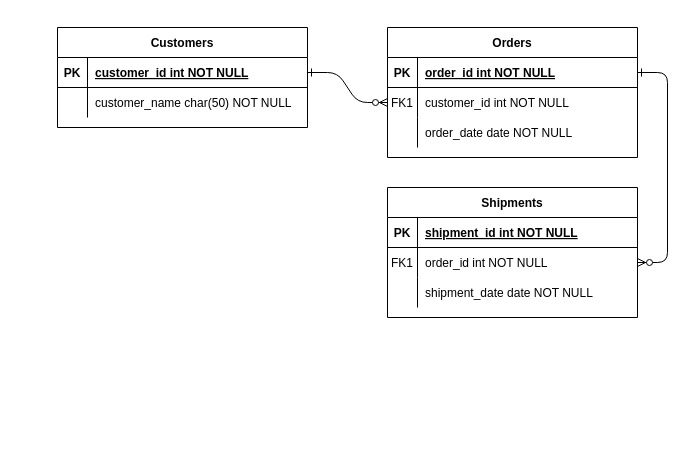
amphonr/bookstore keeps this draw.io diagram as Untitled Diagram.drawio. Above is the earlier version. Source tidied: cells renumbered, new cells numbered last; positions are measured from the earlier drawing's top-left corner, leaving out a move shared by most shapes. Both pictures are drawn from the tidied source at 100%, with x=0, y=0 at pixel (57, 27).
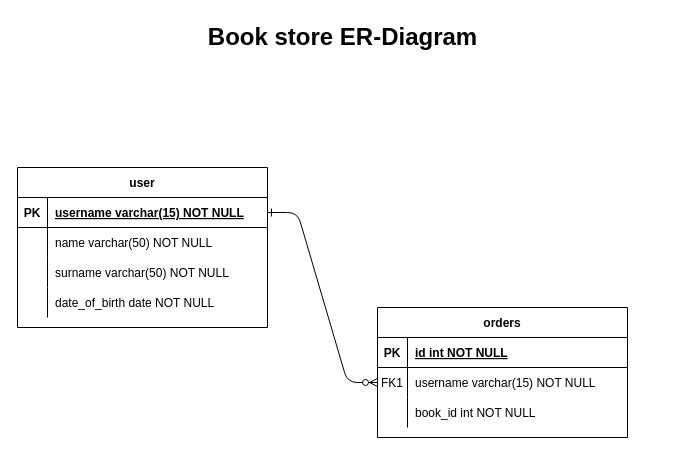
Above is the later version.

Unchanged cells that the change refers to:
```xml
<mxCell id="5" style="shape=partialRectangle;fillColor=none;points=[[0,0.5],[1,0.5]];portConstraint=eastwest;top=0;left=0;right=0;bottom=1;" parent="4" vertex="1">
  <mxGeometry y="30" width="250" height="30" as="geometry" />
</mxCell>
<mxCell id="8" style="shape=partialRectangle;fillColor=none;points=[[0,0.5],[1,0.5]];portConstraint=eastwest;top=0;left=0;right=0;bottom=0;" parent="4" vertex="1">
  <mxGeometry y="60" width="250" height="30" as="geometry" />
</mxCell>
<mxCell id="11" style="shape=partialRectangle;fillColor=none;top=0;left=0;right=0;bottom=0;" parent="4" vertex="1">
  <mxGeometry y="90" width="250" height="30" as="geometry" />
</mxCell>
<mxCell id="25" style="shape=partialRectangle;fillColor=none;points=[[0,0.5],[1,0.5]];portConstraint=eastwest;top=0;left=0;right=0;bottom=1;" parent="24" vertex="1">
  <mxGeometry y="30" width="250" height="30" as="geometry" />
</mxCell>
<mxCell id="28" style="shape=partialRectangle;fillColor=none;top=0;left=0;right=0;bottom=0;" parent="24" vertex="1">
  <mxGeometry y="60" width="250" height="30" as="geometry" />
</mxCell>
```

What changed in the source:
```diff
@@
-    <mxCell id="3" style="edgeStyle=entityRelationEdgeStyle;endArrow=ERzeroToMany;startArrow=ERone;endFill=1;startFill=0;" parent="1" edge="1" source="5" target="18">
-      <mxGeometry relative="1" as="geometry" />
-    </mxCell>
-    <mxCell id="4" value="Orders" style="shape=table;startSize=30;childLayout=tableLayout;rowLines=0;fontStyle=1;align=center;" parent="1" vertex="1">
-      <mxGeometry x="330" width="250" height="130" as="geometry" />
+    <mxCell id="4" value="orders" style="shape=table;startSize=30;childLayout=tableLayout;rowLines=0;fontStyle=1;align=center;" parent="1" vertex="1">
+      <mxGeometry x="320" y="280" width="250" height="130" as="geometry" />
     </mxCell>
@@
-    <mxCell id="7" value="order_id int NOT NULL " style="shape=partialRectangle;overflow=hidden;fillColor=none;top=0;left=0;bottom=0;right=0;align=left;spacingLeft=6;fontStyle=5;" parent="5" vertex="1">
+    <mxCell id="7" value="id int NOT NULL " style="shape=partialRectangle;overflow=hidden;fillColor=none;top=0;left=0;bottom=0;right=0;align=left;spacingLeft=6;fontStyle=5;" parent="5" vertex="1">
       <mxGeometry x="30" width="220" height="30" as="geometry" />
     </mxCell>
@@
-    <mxCell id="10" value="customer_id int NOT NULL" style="shape=partialRectangle;overflow=hidden;fillColor=none;top=0;left=0;bottom=0;right=0;align=left;spacingLeft=6;" parent="8" vertex="1">
+    <mxCell id="10" value="username varchar(15) NOT NULL" style="shape=partialRectangle;overflow=hidden;fillColor=none;top=0;left=0;bottom=0;right=0;align=left;spacingLeft=6;" parent="8" vertex="1">
       <mxGeometry x="30" width="220" height="30" as="geometry" />
     </mxCell>
@@
-    <mxCell id="13" value="order_date date NOT NULL" style="shape=partialRectangle;overflow=hidden;fillColor=none;top=0;left=0;bottom=0;right=0;align=left;spacingLeft=6;" parent="11" vertex="1">
+    <mxCell id="13" value="book_id int NOT NULL" style="shape=partialRectangle;overflow=hidden;fillColor=none;top=0;left=0;bottom=0;right=0;align=left;spacingLeft=6;" parent="11" vertex="1">
       <mxGeometry x="30" width="220" height="30" as="geometry" />
     </mxCell>
-    <mxCell id="14" value="Shipments" style="shape=table;startSize=30;childLayout=tableLayout;rowLines=0;fontStyle=1;align=center;" parent="1" vertex="1">
-      <mxGeometry x="330" y="160" width="250" height="130" as="geometry" />
-    </mxCell>
-    <mxCell id="15" style="shape=partialRectangle;fillColor=none;top=0;left=0;right=0;bottom=1;" parent="14" vertex="1">
-      <mxGeometry y="30" width="250" height="30" as="geometry" />
-    </mxCell>
-    <mxCell id="16" value="PK" style="shape=partialRectangle;overflow=hidden;fillColor=none;top=0;left=0;bottom=0;right=0;fontStyle=1;" parent="15" vertex="1">
-      <mxGeometry width="30" height="30" as="geometry" />
-    </mxCell>
-    <mxCell id="17" value="shipment_id int NOT NULL " style="shape=partialRectangle;overflow=hidden;fillColor=none;top=0;left=0;bottom=0;right=0;align=left;spacingLeft=6;fontStyle=5;" parent="15" vertex="1">
-      <mxGeometry x="30" width="220" height="30" as="geometry" />
-    </mxCell>
-    <mxCell id="18" style="shape=partialRectangle;fillColor=none;points=[[0,0.5],[1,0.5]];portConstraint=eastwest;top=0;left=0;right=0;bottom=0;" parent="14" vertex="1">
-      <mxGeometry y="60" width="250" height="30" as="geometry" />
-    </mxCell>
-    <mxCell id="19" value="FK1" style="shape=partialRectangle;overflow=hidden;fillColor=none;top=0;left=0;bottom=0;right=0;" parent="18" vertex="1">
-      <mxGeometry width="30" height="30" as="geometry" />
-    </mxCell>
-    <mxCell id="20" value="order_id int NOT NULL" style="shape=partialRectangle;overflow=hidden;fillColor=none;top=0;left=0;bottom=0;right=0;align=left;spacingLeft=6;" parent="18" vertex="1">
-      <mxGeometry x="30" width="220" height="30" as="geometry" />
-    </mxCell>
-    <mxCell id="21" style="shape=partialRectangle;fillColor=none;top=0;left=0;right=0;bottom=0;" parent="14" vertex="1">
-      <mxGeometry y="90" width="250" height="30" as="geometry" />
-    </mxCell>
-    <mxCell id="22" style="shape=partialRectangle;overflow=hidden;fillColor=none;top=0;left=0;bottom=0;right=0;" parent="21" vertex="1">
-      <mxGeometry width="30" height="30" as="geometry" />
-    </mxCell>
-    <mxCell id="23" value="shipment_date date NOT NULL" style="shape=partialRectangle;overflow=hidden;fillColor=none;top=0;left=0;bottom=0;right=0;align=left;spacingLeft=6;" parent="21" vertex="1">
-      <mxGeometry x="30" width="220" height="30" as="geometry" />
-    </mxCell>
-    <mxCell id="24" value="Customers" style="shape=table;startSize=30;childLayout=tableLayout;rowLines=0;fontStyle=1;align=center;" parent="1" vertex="1">
-      <mxGeometry width="250" height="100" as="geometry" />
+    <mxCell id="24" value="user" style="shape=table;startSize=30;childLayout=tableLayout;rowLines=0;fontStyle=1;align=center;" parent="1" vertex="1">
+      <mxGeometry x="-40" y="140" width="250" height="160" as="geometry" />
     </mxCell>
@@
-    <mxCell id="27" value="customer_id int NOT NULL " style="shape=partialRectangle;overflow=hidden;fillColor=none;top=0;left=0;bottom=0;right=0;align=left;spacingLeft=6;fontStyle=5;" parent="25" vertex="1">
+    <mxCell id="27" value="username varchar(15) NOT NULL " style="shape=partialRectangle;overflow=hidden;fillColor=none;top=0;left=0;bottom=0;right=0;align=left;spacingLeft=6;fontStyle=5;" parent="25" vertex="1">
       <mxGeometry x="30" width="220" height="30" as="geometry" />
     </mxCell>
@@
-    <mxCell id="30" value="customer_name char(50) NOT NULL" style="shape=partialRectangle;overflow=hidden;fillColor=none;top=0;left=0;bottom=0;right=0;align=left;spacingLeft=6;" parent="28" vertex="1">
+    <mxCell id="30" value="name varchar(50) NOT NULL" style="shape=partialRectangle;overflow=hidden;fillColor=none;top=0;left=0;bottom=0;right=0;align=left;spacingLeft=6;" parent="28" vertex="1">
       <mxGeometry x="30" width="220" height="30" as="geometry" />
     </mxCell>
+    <mxCell id="21" style="shape=partialRectangle;fillColor=none;top=0;left=0;right=0;bottom=0;" parent="24" vertex="1">
+      <mxGeometry y="90" width="250" height="30" as="geometry" />
+    </mxCell>
+    <mxCell id="31" style="shape=partialRectangle;overflow=hidden;fillColor=none;top=0;left=0;bottom=0;right=0;" parent="21" vertex="1">
+      <mxGeometry width="30" height="30" as="geometry" />
+    </mxCell>
+    <mxCell id="32" value="surname varchar(50) NOT NULL" style="shape=partialRectangle;overflow=hidden;fillColor=none;top=0;left=0;bottom=0;right=0;align=left;spacingLeft=6;" parent="21" vertex="1">
+      <mxGeometry x="30" width="220" height="30" as="geometry" />
+    </mxCell>
+    <mxCell id="33" style="shape=partialRectangle;fillColor=none;top=0;left=0;right=0;bottom=0;" parent="24" vertex="1">
+      <mxGeometry y="120" width="250" height="30" as="geometry" />
+    </mxCell>
+    <mxCell id="34" style="shape=partialRectangle;overflow=hidden;fillColor=none;top=0;left=0;bottom=0;right=0;" parent="33" vertex="1">
+      <mxGeometry width="30" height="30" as="geometry" />
+    </mxCell>
+    <mxCell id="35" value="date_of_birth date NOT NULL" style="shape=partialRectangle;overflow=hidden;fillColor=none;top=0;left=0;bottom=0;right=0;align=left;spacingLeft=6;" parent="33" vertex="1">
+      <mxGeometry x="30" width="220" height="30" as="geometry" />
+    </mxCell>
+    <mxCell id="36" value="Book store ER-Diagram" style="text;strokeColor=none;fillColor=none;html=1;fontSize=24;fontStyle=1;verticalAlign=middle;align=center;" parent="1" vertex="1">
+      <mxGeometry x="80" y="-10" width="410" height="40" as="geometry" />
+    </mxCell>
```
